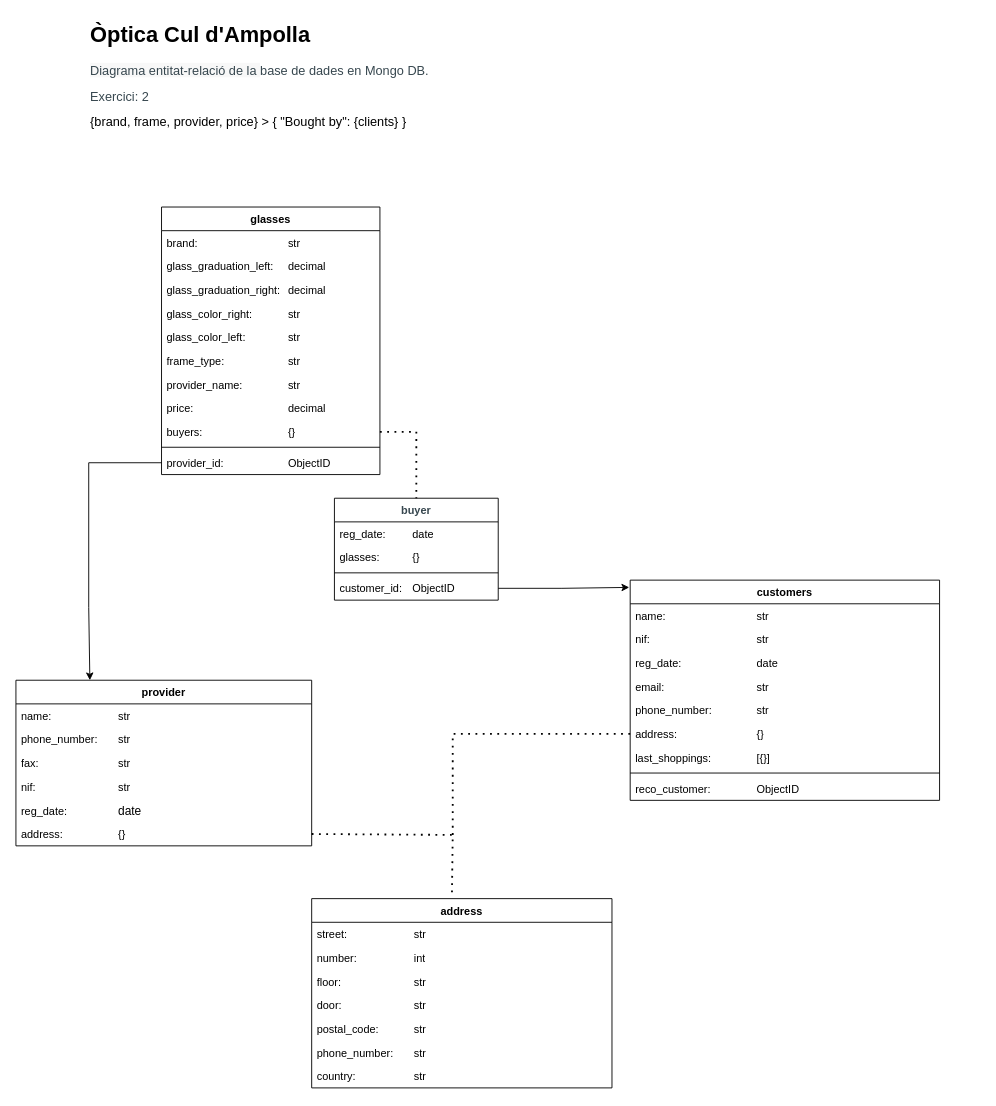
alescu/2.3-Mongo-estructures_N1 keeps this draw.io diagram as page "Òptica interfície ulleres" (2 of 3) of mysql_optica_bd_MONGO_exercici_1.drawio. Above is the earlier version. Source tidied: cells renumbered, new cells numbered last; positions are measured from the earlier drawing's top-left corner, leaving out a move shared by most shapes. Both pictures are drawn from the tidied source at 91%, with x=0, y=0 at pixel (15, 15).
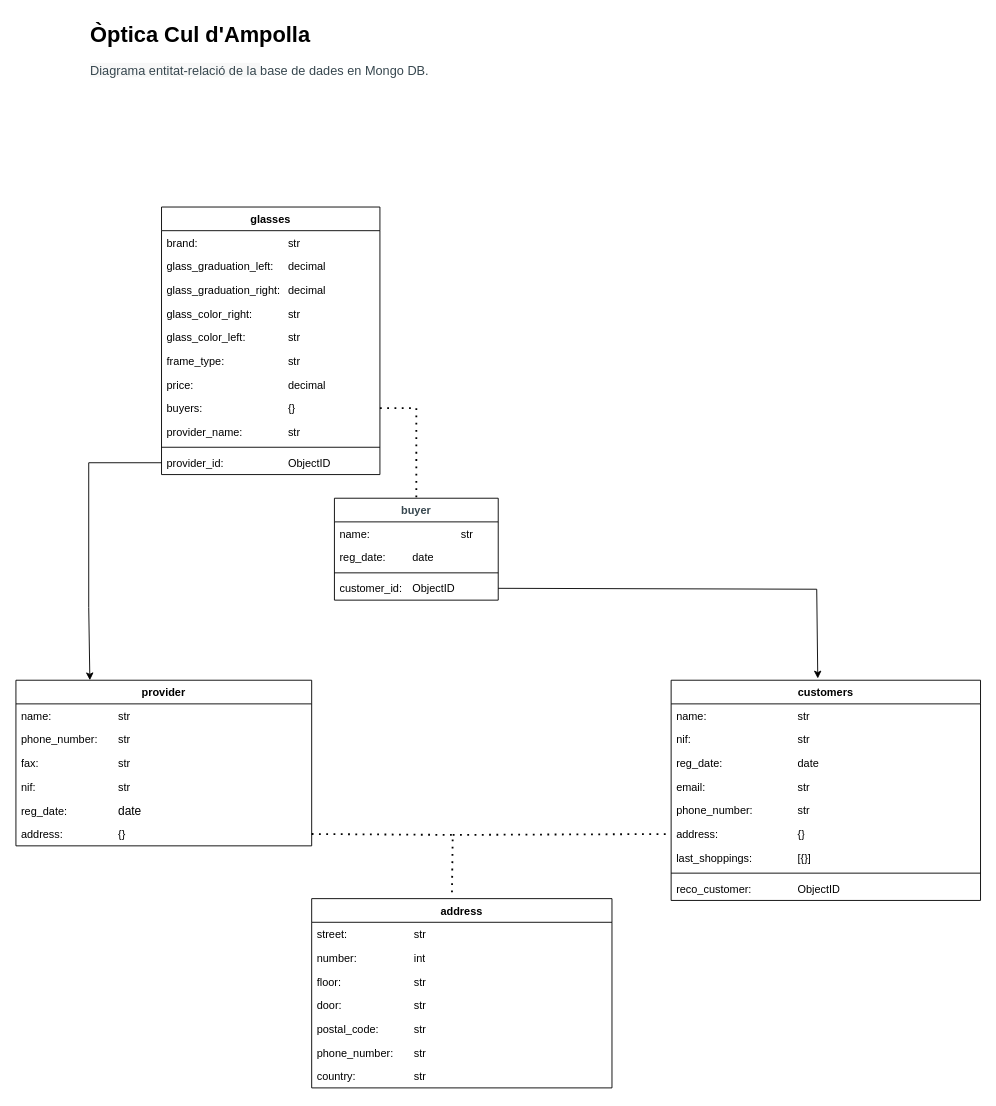
After the change.

Commit message (it also covers changes not shown here):
Modificacions exercici 2

Unchanged cells that the change refers to:
```xml
<mxCell id="9" value="glasses" style="swimlane;fontStyle=1;align=center;verticalAlign=top;horizontal=1;startSize=26;whiteSpace=wrap;html=1;" parent="1" vertex="1">
  <mxGeometry x="160" y="210" width="240" height="294" as="geometry" />
</mxCell>
<mxCell id="27" value="address:&lt;span style=&quot;white-space: pre;&quot;&gt;&#9;&lt;span style=&quot;white-space: pre;&quot;&gt;&#9;&lt;span style=&quot;white-space: pre;&quot;&gt;&#9;&lt;/span&gt;&lt;span style=&quot;white-space: pre;&quot;&gt;&#9;&lt;/span&gt;&lt;/span&gt;&lt;/span&gt;{}" style="text;strokeColor=none;fillColor=none;align=left;verticalAlign=top;spacingLeft=4;spacingRight=4;overflow=hidden;points=[[0,0.5],[1,0.5]];portConstraint=eastwest;whiteSpace=wrap;html=1;" parent="21" vertex="1">
  <mxGeometry y="156" width="340" height="26" as="geometry" />
</mxCell>
<mxCell id="32" value="&lt;div style=&quot;text-align: justify;&quot;&gt;&lt;font face=&quot;Montserrat, Arial, Helvetica&quot; color=&quot;#37474f&quot;&gt;buyer&lt;/font&gt;&lt;/div&gt;" style="swimlane;fontStyle=1;align=center;verticalAlign=top;horizontal=1;startSize=26;whiteSpace=wrap;html=1;" parent="1" vertex="1">
  <mxGeometry x="350" y="530" width="180" height="112" as="geometry" />
</mxCell>
<mxCell id="36" value="customer_id:&amp;nbsp;&lt;span style=&quot;white-space: pre;&quot;&gt;&#9;&lt;/span&gt;ObjectID" style="text;strokeColor=none;fillColor=none;align=left;verticalAlign=top;spacingLeft=4;spacingRight=4;overflow=hidden;points=[[0,0.5],[1,0.5]];portConstraint=eastwest;whiteSpace=wrap;html=1;" parent="32" vertex="1">
  <mxGeometry y="86" width="180" height="26" as="geometry" />
</mxCell>
```

The edit, as a diff of the source:
```diff
@@
-    <mxCell id="16" value="provider_name: &lt;span style=&quot;white-space: pre;&quot;&gt;&#9;&lt;/span&gt;&lt;span style=&quot;white-space: pre;&quot;&gt;&#9;&lt;/span&gt;str" style="text;strokeColor=none;fillColor=none;align=left;verticalAlign=top;spacingLeft=4;spacingRight=4;overflow=hidden;whiteSpace=wrap;html=1;" parent="9" vertex="1">
-      <mxGeometry y="182" width="240" height="26" as="geometry" />
-    </mxCell>
     <mxCell id="17" value="price:&amp;nbsp;&lt;span style=&quot;white-space: pre;&quot;&gt;&#9;&lt;/span&gt;&lt;span style=&quot;white-space: pre;&quot;&gt;&#9;&lt;span style=&quot;white-space: pre;&quot;&gt;&#9;&lt;/span&gt;&lt;span style=&quot;white-space: pre;&quot;&gt;&#9;&lt;/span&gt;&lt;/span&gt;decimal" style="text;strokeColor=none;fillColor=none;align=left;verticalAlign=top;spacingLeft=4;spacingRight=4;overflow=hidden;whiteSpace=wrap;html=1;" parent="9" vertex="1">
-      <mxGeometry y="208" width="240" height="26" as="geometry" />
+      <mxGeometry y="182" width="240" height="26" as="geometry" />
     </mxCell>
     <mxCell id="18" value="buyers:&amp;nbsp;&lt;span style=&quot;white-space: pre;&quot;&gt;&#9;&lt;/span&gt;&lt;span style=&quot;white-space: pre;&quot;&gt;&#9;&lt;span style=&quot;white-space: pre;&quot;&gt;&#9;&lt;/span&gt;&lt;span style=&quot;white-space: pre;&quot;&gt;&#9;&lt;/span&gt;&lt;/span&gt;{}" style="text;strokeColor=none;fillColor=none;align=left;verticalAlign=top;spacingLeft=4;spacingRight=4;overflow=hidden;points=[[0,0.5],[1,0.5]];portConstraint=eastwest;whiteSpace=wrap;html=1;" parent="9" vertex="1">
-      <mxGeometry y="234" width="240" height="26" as="geometry" />
+      <mxGeometry y="208" width="240" height="26" as="geometry" />
     </mxCell>
+    <mxCell id="16" value="provider_name: &lt;span style=&quot;white-space: pre;&quot;&gt;&#9;&lt;/span&gt;&lt;span style=&quot;white-space: pre;&quot;&gt;&#9;&lt;/span&gt;str" style="text;strokeColor=none;fillColor=none;align=left;verticalAlign=top;spacingLeft=4;spacingRight=4;overflow=hidden;whiteSpace=wrap;html=1;" parent="9" vertex="1">
+      <mxGeometry y="234" width="240" height="26" as="geometry" />
+    </mxCell>
@@
     <mxCell id="21" value="customers" style="swimlane;fontStyle=1;align=center;verticalAlign=top;horizontal=1;startSize=26;whiteSpace=wrap;html=1;" parent="1" vertex="1">
-      <mxGeometry x="675" y="620" width="340" height="242" as="geometry" />
+      <mxGeometry x="720" y="730" width="340" height="242" as="geometry" />
     </mxCell>
@@
-    <mxCell id="31" value="&lt;h1 style=&quot;margin-top: 0px;&quot;&gt;Òptica Cul d'Ampolla&lt;/h1&gt;&lt;p&gt;&lt;span style=&quot;color: rgb(55, 71, 79); font-family: Montserrat, Arial, Helvetica; font-size: 14px; background-color: rgb(248, 248, 248);&quot;&gt;Diagrama entitat-relació de la&amp;nbsp;&lt;/span&gt;&lt;span style=&quot;background-color: rgb(255, 255, 255); color: rgb(55, 71, 79); font-family: Montserrat, Arial, Helvetica; font-size: 14px; text-align: justify;&quot;&gt;base de dades&lt;/span&gt;&lt;span style=&quot;background-color: rgb(255, 255, 255); color: rgb(55, 71, 79); font-family: Montserrat, Arial, Helvetica; font-size: 14px; text-align: justify;&quot;&gt;&amp;nbsp;&lt;/span&gt;&lt;span style=&quot;background-color: rgb(255, 255, 255); color: rgb(55, 71, 79); font-family: Montserrat, Arial, Helvetica; font-size: 14px; text-align: justify;&quot;&gt;en Mongo DB.&lt;/span&gt;&lt;/p&gt;&lt;p style=&quot;text-align: justify;&quot;&gt;&lt;font face=&quot;Montserrat, Arial, Helvetica&quot; color=&quot;#37474f&quot;&gt;&lt;span style=&quot;font-size: 14px;&quot;&gt;Exercici: 2&lt;/span&gt;&lt;/font&gt;&lt;/p&gt;&lt;p style=&quot;text-align: justify;&quot;&gt;&lt;font face=&quot;Montserrat, Arial, Helvetica&quot;&gt;&lt;span style=&quot;font-size: 14px;&quot;&gt;{brand, frame, provider, price} &amp;gt; { &quot;Bought by&quot;: {clients} }&lt;/span&gt;&lt;/font&gt;&lt;/p&gt;" style="text;html=1;whiteSpace=wrap;overflow=hidden;rounded=0;" parent="1" vertex="1">
-      <mxGeometry x="80" width="570" height="180" as="geometry" />
+    <mxCell id="31" value="&lt;h1 style=&quot;margin-top: 0px;&quot;&gt;Òptica Cul d'Ampolla&lt;/h1&gt;&lt;p&gt;&lt;span style=&quot;color: rgb(55, 71, 79); font-family: Montserrat, Arial, Helvetica; font-size: 14px; background-color: rgb(248, 248, 248);&quot;&gt;Diagrama entitat-relació de la&amp;nbsp;&lt;/span&gt;&lt;span style=&quot;background-color: rgb(255, 255, 255); color: rgb(55, 71, 79); font-family: Montserrat, Arial, Helvetica; font-size: 14px; text-align: justify;&quot;&gt;base de dades&lt;/span&gt;&lt;span style=&quot;background-color: rgb(255, 255, 255); color: rgb(55, 71, 79); font-family: Montserrat, Arial, Helvetica; font-size: 14px; text-align: justify;&quot;&gt;&amp;nbsp;&lt;/span&gt;&lt;span style=&quot;background-color: rgb(255, 255, 255); color: rgb(55, 71, 79); font-family: Montserrat, Arial, Helvetica; font-size: 14px; text-align: justify;&quot;&gt;en Mongo DB.&lt;/span&gt;&lt;/p&gt;&lt;p style=&quot;text-align: justify;&quot;&gt;&lt;br&gt;&lt;/p&gt;" style="text;html=1;whiteSpace=wrap;overflow=hidden;rounded=0;" parent="1" vertex="1">
+      <mxGeometry x="80" width="570" height="130" as="geometry" />
     </mxCell>
@@
+    <mxCell id="50" value="name:&amp;nbsp;&lt;span style=&quot;white-space: pre;&quot;&gt;&#9;&lt;/span&gt;&lt;span style=&quot;white-space: pre;&quot;&gt;&#9;&lt;/span&gt;&lt;span style=&quot;white-space: pre;&quot;&gt;&#9;&lt;/span&gt;&lt;span style=&quot;white-space: pre;&quot;&gt;&#9;&lt;/span&gt;str" style="text;strokeColor=none;fillColor=none;align=left;verticalAlign=top;spacingLeft=4;spacingRight=4;overflow=hidden;whiteSpace=wrap;html=1;" parent="32" vertex="1">
+      <mxGeometry y="26" width="180" height="26" as="geometry" />
+    </mxCell>
     <mxCell id="33" value="reg_date:&amp;nbsp;&lt;span style=&quot;white-space: pre;&quot;&gt;&#9;&lt;/span&gt;date" style="text;strokeColor=none;fillColor=none;align=left;verticalAlign=top;spacingLeft=4;spacingRight=4;overflow=hidden;whiteSpace=wrap;html=1;" parent="32" vertex="1">
-      <mxGeometry y="26" width="180" height="26" as="geometry" />
+      <mxGeometry y="52" width="180" height="26" as="geometry" />
     </mxCell>
-    <mxCell id="34" value="glasses:&amp;nbsp;&lt;span style=&quot;white-space: pre;&quot;&gt;&#9;&lt;/span&gt;&lt;span style=&quot;white-space: pre;&quot;&gt;&#9;&lt;/span&gt;{}" style="text;strokeColor=none;fillColor=none;align=left;verticalAlign=top;spacingLeft=4;spacingRight=4;overflow=hidden;whiteSpace=wrap;html=1;" parent="32" vertex="1">
-      <mxGeometry y="52" width="180" height="26" as="geometry" />
-    </mxCell>
@@
     <mxCell id="45" style="endArrow=none;dashed=1;html=1;dashPattern=1 3;strokeWidth=2;rounded=0;exitX=1;exitY=0.5;exitDx=0;exitDy=0;entryX=0.5;entryY=0;entryDx=0;entryDy=0;" parent="1" edge="1" source="18" target="32">
       <mxGeometry relative="1" as="geometry">
         <Array as="points">
-          <mxPoint x="440" y="457" />
+          <mxPoint x="440" y="431" />
         </Array>
       </mxGeometry>
     </mxCell>
@@
     <mxCell id="48" style="endArrow=none;dashed=1;html=1;dashPattern=1 3;strokeWidth=2;rounded=0;entryX=0;entryY=0.5;entryDx=0;entryDy=0;" parent="1" edge="1" target="27">
       <mxGeometry relative="1" as="geometry">
         <mxPoint x="480" y="900" as="sourcePoint" />
-        <Array as="points">
-          <mxPoint x="480" y="789" />
-        </Array>
       </mxGeometry>
     </mxCell>
-    <mxCell id="49" style="endArrow=classic;html=1;rounded=0;exitX=1;exitY=0.5;exitDx=0;exitDy=0;entryX=-0.003;entryY=0.033;entryDx=0;entryDy=0;entryPerimeter=0;" parent="1" edge="1" source="36" target="21">
+    <mxCell id="49" style="endArrow=classic;html=1;rounded=0;exitX=1;exitY=0.5;exitDx=0;exitDy=0;entryX=0.474;entryY=-0.008;entryDx=0;entryDy=0;entryPerimeter=0;" parent="1" edge="1" source="36" target="21">
       <mxGeometry relative="1" as="geometry">
         <Array as="points">
-          <mxPoint x="600" y="629" />
+          <mxPoint x="880" y="630" />
         </Array>
       </mxGeometry>
     </mxCell>
```
